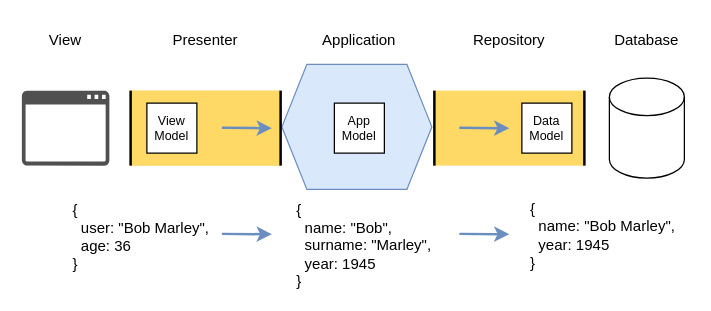
Earlier version of the draw.io diagram page "Transformer" (13 of 13) of diagrams/1.drawio (alicemunsal/dohex). Source tidied: cells renumbered, new cells numbered last; positions are measured from the earlier drawing's top-left corner, leaving out a move shared by most shapes. Both pictures are drawn from the tidied source at 125%, with x=0, y=0 at pixel (21, 21).
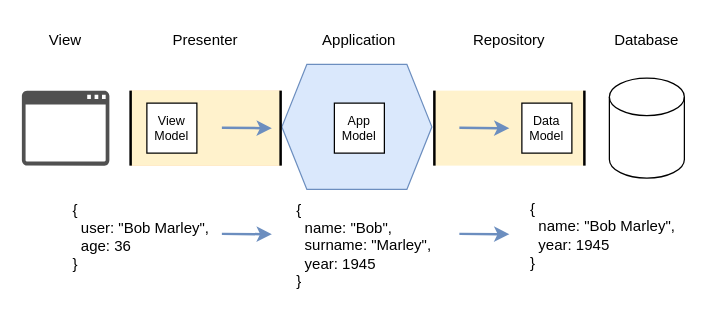
The same diagram, later.

Diff of the diagram source:
```diff
@@
-    <mxCell id="2" style="rounded=0;whiteSpace=wrap;html=1;labelBorderColor=none;fontSize=11;sketch=0;glass=0;fillColor=#FFD966;strokeColor=none;" parent="1" vertex="1">
+    <mxCell id="2" style="rounded=0;whiteSpace=wrap;html=1;labelBorderColor=none;fontSize=11;sketch=0;glass=0;fillColor=#FFF2CC;strokeColor=none;" parent="1" vertex="1">
       <mxGeometry x="330" y="55" width="120" height="60" as="geometry" />
     </mxCell>
@@
-    <mxCell id="6" style="group;fillColor=#FFD966;strokeColor=none;" parent="1" vertex="1">
+    <mxCell id="6" style="group;fillColor=#FFF2CC;strokeColor=none;" parent="1" vertex="1">
       <mxGeometry x="87" y="55" width="120" height="60" as="geometry" />
     </mxCell>
```
